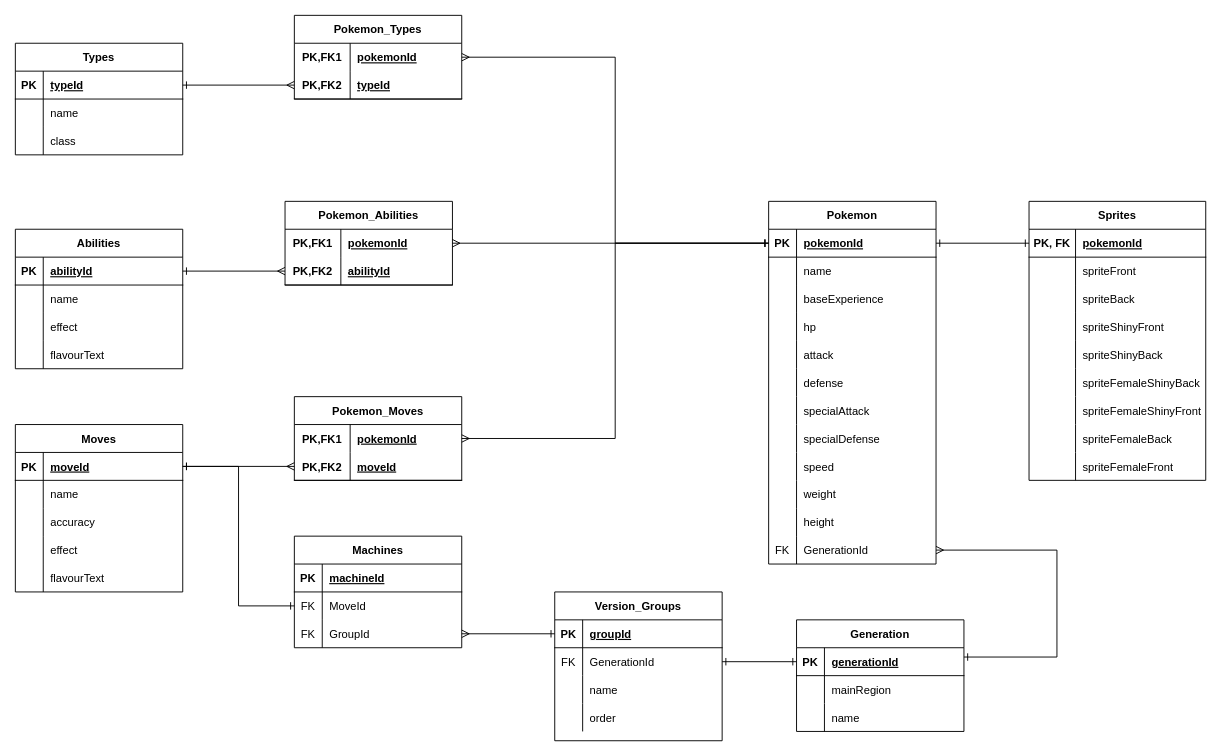
Earlier version of the draw.io diagram Docs/Pokemon_on_rails.drawio (Cohectum/Pokemon_on_Rails). Source tidied: cells renumbered, new cells numbered last; positions are measured from the earlier drawing's top-left corner, leaving out a move shared by most shapes. Both pictures are drawn from the tidied source at 93%, with x=0, y=0 at pixel (15, 15).
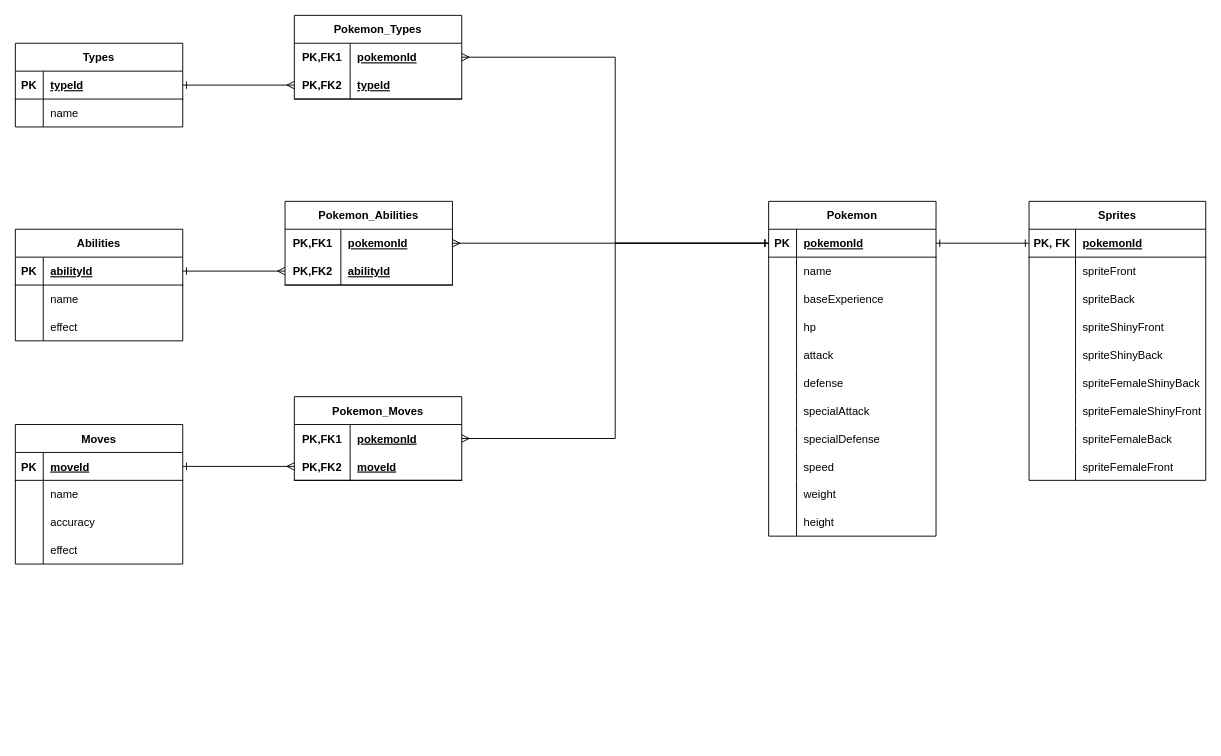
The same page after the edit.

Commit message (it also covers changes not shown here):
Edited ERD and pokemon views

The change refers to these unchanged cells:
```xml
<mxCell id="63" style="shape=tableRow;horizontal=0;startSize=0;swimlaneHead=0;swimlaneBody=0;fillColor=none;points=[[0,0.5],[1,0.5]];portConstraint=eastwest;top=0;left=0;right=0;bottom=1;" parent="62" vertex="1">
  <mxGeometry y="30" width="180" height="30" as="geometry" />
</mxCell>
```

Diff of the diagram source:
```diff
@@
     <mxCell id="2" value="Pokemon" style="shape=table;startSize=30;childLayout=tableLayout;rowLines=0;fontStyle=1;align=center;" parent="1" vertex="1">
-      <mxGeometry x="810" y="200" width="180" height="390" as="geometry" />
+      <mxGeometry x="810" y="200" width="180" height="360" as="geometry" />
     </mxCell>
@@
-    <mxCell id="36" style="shape=tableRow;horizontal=0;startSize=0;swimlaneHead=0;swimlaneBody=0;fillColor=none;points=[[0,0.5],[1,0.5]];portConstraint=eastwest;top=0;left=0;right=0;bottom=0;" parent="2" vertex="1">
-      <mxGeometry y="360" width="180" height="30" as="geometry" />
-    </mxCell>
-    <mxCell id="37" value="FK" style="shape=partialRectangle;fillColor=none;top=0;left=0;bottom=0;right=0;overflow=hidden;" parent="36" vertex="1">
-      <mxGeometry width="30" height="30" as="geometry" />
-    </mxCell>
-    <mxCell id="38" value="GenerationId" style="shape=partialRectangle;fillColor=none;top=0;left=0;bottom=0;right=0;align=left;spacingLeft=6;overflow=hidden;" parent="36" vertex="1">
-      <mxGeometry x="30" width="150" height="30" as="geometry" />
-    </mxCell>
     <mxCell id="39" value="Types" style="shape=table;startSize=30;childLayout=tableLayout;rowLines=0;fontStyle=1;align=center;" parent="1" vertex="1">
-      <mxGeometry y="30" width="180" height="120" as="geometry" />
+      <mxGeometry y="30" width="180" height="90" as="geometry" />
     </mxCell>
@@
-    <mxCell id="46" style="shape=tableRow;horizontal=0;startSize=0;swimlaneHead=0;swimlaneBody=0;fillColor=none;top=0;left=0;right=0;bottom=0;" parent="39" vertex="1">
-      <mxGeometry y="90" width="180" height="30" as="geometry" />
-    </mxCell>
-    <mxCell id="47" style="shape=partialRectangle;fillColor=none;top=0;left=0;bottom=0;right=0;overflow=hidden;" parent="46" vertex="1">
-      <mxGeometry width="30" height="30" as="geometry" />
-    </mxCell>
-    <mxCell id="48" value="class" style="shape=partialRectangle;fillColor=none;top=0;left=0;bottom=0;right=0;align=left;spacingLeft=6;overflow=hidden;" parent="46" vertex="1">
-      <mxGeometry x="30" width="150" height="30" as="geometry" />
-    </mxCell>
     <mxCell id="49" value="Abilities" style="shape=table;startSize=30;childLayout=tableLayout;rowLines=0;fontStyle=1;align=center;" parent="1" vertex="1">
-      <mxGeometry y="230" width="180" height="150" as="geometry" />
+      <mxGeometry y="230" width="180" height="120" as="geometry" />
     </mxCell>
@@
-    <mxCell id="59" style="shape=tableRow;horizontal=0;startSize=0;swimlaneHead=0;swimlaneBody=0;fillColor=none;top=0;left=0;right=0;bottom=0;" parent="49" vertex="1">
-      <mxGeometry y="120" width="180" height="30" as="geometry" />
-    </mxCell>
-    <mxCell id="60" style="shape=partialRectangle;fillColor=none;top=0;left=0;bottom=0;right=0;overflow=hidden;" parent="59" vertex="1">
-      <mxGeometry width="30" height="30" as="geometry" />
-    </mxCell>
-    <mxCell id="61" value="flavourText" style="shape=partialRectangle;fillColor=none;top=0;left=0;bottom=0;right=0;align=left;spacingLeft=6;overflow=hidden;" parent="59" vertex="1">
-      <mxGeometry x="30" width="150" height="30" as="geometry" />
-    </mxCell>
     <mxCell id="62" value="Moves" style="shape=table;startSize=30;childLayout=tableLayout;rowLines=0;fontStyle=1;align=center;" parent="1" vertex="1">
-      <mxGeometry y="440" width="180" height="180" as="geometry" />
+      <mxGeometry y="440" width="180" height="150" as="geometry" />
     </mxCell>
@@
-    <mxCell id="75" style="shape=tableRow;horizontal=0;startSize=0;swimlaneHead=0;swimlaneBody=0;fillColor=none;top=0;left=0;right=0;bottom=0;" parent="62" vertex="1">
-      <mxGeometry y="150" width="180" height="30" as="geometry" />
-    </mxCell>
-    <mxCell id="76" style="shape=partialRectangle;fillColor=none;top=0;left=0;bottom=0;right=0;overflow=hidden;" parent="75" vertex="1">
-      <mxGeometry width="30" height="30" as="geometry" />
-    </mxCell>
-    <mxCell id="77" value="flavourText" style="shape=partialRectangle;fillColor=none;top=0;left=0;bottom=0;right=0;align=left;spacingLeft=6;overflow=hidden;" parent="75" vertex="1">
-      <mxGeometry x="30" width="150" height="30" as="geometry" />
-    </mxCell>
@@
-    <mxCell id="105" value="Machines" style="shape=table;startSize=30;childLayout=tableLayout;rowLines=0;fontStyle=1;align=center;" parent="1" vertex="1">
-      <mxGeometry x="300" y="560" width="180" height="120" as="geometry" />
-    </mxCell>
-    <mxCell id="106" style="shape=tableRow;horizontal=0;startSize=0;swimlaneHead=0;swimlaneBody=0;fillColor=none;top=0;left=0;right=0;bottom=1;" parent="105" vertex="1">
-      <mxGeometry y="30" width="180" height="30" as="geometry" />
-    </mxCell>
-    <mxCell id="107" value="PK" style="shape=partialRectangle;fillColor=none;top=0;left=0;bottom=0;right=0;fontStyle=1;overflow=hidden;" parent="106" vertex="1">
-      <mxGeometry width="30" height="30" as="geometry" />
-    </mxCell>
-    <mxCell id="108" value="machineId" style="shape=partialRectangle;fillColor=none;top=0;left=0;bottom=0;right=0;align=left;spacingLeft=6;fontStyle=5;overflow=hidden;" parent="106" vertex="1">
-      <mxGeometry x="30" width="150" height="30" as="geometry" />
-    </mxCell>
-    <mxCell id="109" style="shape=tableRow;horizontal=0;startSize=0;swimlaneHead=0;swimlaneBody=0;fillColor=none;points=[[0,0.5],[1,0.5]];portConstraint=eastwest;top=0;left=0;right=0;bottom=0;" parent="105" vertex="1">
-      <mxGeometry y="60" width="180" height="30" as="geometry" />
-    </mxCell>
-    <mxCell id="110" value="FK" style="shape=partialRectangle;fillColor=none;top=0;left=0;bottom=0;right=0;overflow=hidden;" parent="109" vertex="1">
-      <mxGeometry width="30" height="30" as="geometry" />
-    </mxCell>
-    <mxCell id="111" value="MoveId" style="shape=partialRectangle;fillColor=none;top=0;left=0;bottom=0;right=0;align=left;spacingLeft=6;overflow=hidden;" parent="109" vertex="1">
-      <mxGeometry x="30" width="150" height="30" as="geometry" />
-    </mxCell>
-    <mxCell id="112" style="shape=tableRow;horizontal=0;startSize=0;swimlaneHead=0;swimlaneBody=0;fillColor=none;points=[[0,0.5],[1,0.5]];portConstraint=eastwest;top=0;left=0;right=0;bottom=0;" parent="105" vertex="1">
-      <mxGeometry y="90" width="180" height="30" as="geometry" />
-    </mxCell>
-    <mxCell id="113" value="FK" style="shape=partialRectangle;fillColor=none;top=0;left=0;bottom=0;right=0;overflow=hidden;" parent="112" vertex="1">
-      <mxGeometry width="30" height="30" as="geometry" />
-    </mxCell>
-    <mxCell id="114" value="GroupId" style="shape=partialRectangle;fillColor=none;top=0;left=0;bottom=0;right=0;align=left;spacingLeft=6;overflow=hidden;" parent="112" vertex="1">
-      <mxGeometry x="30" width="150" height="30" as="geometry" />
-    </mxCell>
-    <mxCell id="115" style="edgeStyle=orthogonalEdgeStyle;rounded=0;jettySize=auto;html=1;exitX=1;exitY=0.5;exitDx=0;exitDy=0;startArrow=ERone;startFill=0;endArrow=ERone;endFill=0;" parent="1" edge="1" source="63" target="109">
-      <mxGeometry relative="1" as="geometry" />
-    </mxCell>
-    <mxCell id="116" value="Version_Groups" style="shape=table;startSize=30;childLayout=tableLayout;rowLines=0;fontStyle=1;align=center;" parent="1" vertex="1">
-      <mxGeometry x="580" y="620" width="180" height="160" as="geometry" />
-    </mxCell>
-    <mxCell id="117" style="shape=tableRow;horizontal=0;startSize=0;swimlaneHead=0;swimlaneBody=0;fillColor=none;points=[[0,0.5],[1,0.5]];portConstraint=eastwest;top=0;left=0;right=0;bottom=1;" parent="116" vertex="1">
-      <mxGeometry y="30" width="180" height="30" as="geometry" />
-    </mxCell>
-    <mxCell id="118" value="PK" style="shape=partialRectangle;fillColor=none;top=0;left=0;bottom=0;right=0;fontStyle=1;overflow=hidden;" parent="117" vertex="1">
-      <mxGeometry width="30" height="30" as="geometry" />
-    </mxCell>
-    <mxCell id="119" value="groupId" style="shape=partialRectangle;fillColor=none;top=0;left=0;bottom=0;right=0;align=left;spacingLeft=6;fontStyle=5;overflow=hidden;" parent="117" vertex="1">
-      <mxGeometry x="30" width="150" height="30" as="geometry" />
-    </mxCell>
-    <mxCell id="120" style="shape=tableRow;horizontal=0;startSize=0;swimlaneHead=0;swimlaneBody=0;fillColor=none;points=[[0,0.5],[1,0.5]];portConstraint=eastwest;top=0;left=0;right=0;bottom=0;" parent="116" vertex="1">
-      <mxGeometry y="60" width="180" height="30" as="geometry" />
-    </mxCell>
-    <mxCell id="121" value="FK" style="shape=partialRectangle;fillColor=none;top=0;left=0;bottom=0;right=0;overflow=hidden;" parent="120" vertex="1">
-      <mxGeometry width="30" height="30" as="geometry" />
-    </mxCell>
-    <mxCell id="122" value="GenerationId" style="shape=partialRectangle;fillColor=none;top=0;left=0;bottom=0;right=0;align=left;spacingLeft=6;overflow=hidden;" parent="120" vertex="1">
-      <mxGeometry x="30" width="150" height="30" as="geometry" />
-    </mxCell>
-    <mxCell id="123" style="shape=tableRow;horizontal=0;startSize=0;swimlaneHead=0;swimlaneBody=0;fillColor=none;top=0;left=0;right=0;bottom=0;" parent="116" vertex="1">
-      <mxGeometry y="90" width="180" height="30" as="geometry" />
-    </mxCell>
-    <mxCell id="124" style="shape=partialRectangle;fillColor=none;top=0;left=0;bottom=0;right=0;overflow=hidden;" parent="123" vertex="1">
-      <mxGeometry width="30" height="30" as="geometry" />
-    </mxCell>
-    <mxCell id="125" value="name" style="shape=partialRectangle;fillColor=none;top=0;left=0;bottom=0;right=0;align=left;spacingLeft=6;overflow=hidden;" parent="123" vertex="1">
-      <mxGeometry x="30" width="150" height="30" as="geometry" />
-    </mxCell>
-    <mxCell id="126" style="shape=tableRow;horizontal=0;startSize=0;swimlaneHead=0;swimlaneBody=0;fillColor=none;top=0;left=0;right=0;bottom=0;" parent="116" vertex="1">
-      <mxGeometry y="120" width="180" height="30" as="geometry" />
-    </mxCell>
-    <mxCell id="127" style="shape=partialRectangle;fillColor=none;top=0;left=0;bottom=0;right=0;overflow=hidden;" parent="126" vertex="1">
-      <mxGeometry width="30" height="30" as="geometry" />
-    </mxCell>
-    <mxCell id="128" value="order" style="shape=partialRectangle;fillColor=none;top=0;left=0;bottom=0;right=0;align=left;spacingLeft=6;overflow=hidden;" parent="126" vertex="1">
-      <mxGeometry x="30" width="150" height="30" as="geometry" />
-    </mxCell>
-    <mxCell id="129" style="edgeStyle=orthogonalEdgeStyle;rounded=0;jettySize=auto;html=1;exitX=1;exitY=0.5;exitDx=0;exitDy=0;startArrow=ERmany;startFill=0;endArrow=ERone;endFill=0;" parent="1" edge="1" source="112" target="117">
-      <mxGeometry relative="1" as="geometry" />
-    </mxCell>
@@
-    <mxCell id="159" value="Generation" style="shape=table;startSize=30;childLayout=tableLayout;rowLines=0;fontStyle=1;align=center;" parent="1" vertex="1">
-      <mxGeometry x="840" y="650" width="180" height="120" as="geometry" />
-    </mxCell>
-    <mxCell id="160" style="shape=tableRow;horizontal=0;startSize=0;swimlaneHead=0;swimlaneBody=0;fillColor=none;points=[[0,0.5],[1,0.5]];portConstraint=eastwest;top=0;left=0;right=0;bottom=1;" parent="159" vertex="1">
-      <mxGeometry y="30" width="180" height="30" as="geometry" />
-    </mxCell>
-    <mxCell id="161" value="PK" style="shape=partialRectangle;fillColor=none;top=0;left=0;bottom=0;right=0;fontStyle=1;overflow=hidden;" parent="160" vertex="1">
-      <mxGeometry width="30" height="30" as="geometry" />
-    </mxCell>
-    <mxCell id="162" value="generationId" style="shape=partialRectangle;fillColor=none;top=0;left=0;bottom=0;right=0;align=left;spacingLeft=6;fontStyle=5;overflow=hidden;" parent="160" vertex="1">
-      <mxGeometry x="30" width="150" height="30" as="geometry" />
-    </mxCell>
-    <mxCell id="163" style="shape=tableRow;horizontal=0;startSize=0;swimlaneHead=0;swimlaneBody=0;fillColor=none;top=0;left=0;right=0;bottom=0;" parent="159" vertex="1">
-      <mxGeometry y="60" width="180" height="30" as="geometry" />
-    </mxCell>
-    <mxCell id="164" style="shape=partialRectangle;fillColor=none;top=0;left=0;bottom=0;right=0;overflow=hidden;" parent="163" vertex="1">
-      <mxGeometry width="30" height="30" as="geometry" />
-    </mxCell>
-    <mxCell id="165" value="mainRegion" style="shape=partialRectangle;fillColor=none;top=0;left=0;bottom=0;right=0;align=left;spacingLeft=6;overflow=hidden;" parent="163" vertex="1">
-      <mxGeometry x="30" width="150" height="30" as="geometry" />
-    </mxCell>
-    <mxCell id="166" style="shape=tableRow;horizontal=0;startSize=0;swimlaneHead=0;swimlaneBody=0;fillColor=none;top=0;left=0;right=0;bottom=0;" parent="159" vertex="1">
-      <mxGeometry y="90" width="180" height="30" as="geometry" />
-    </mxCell>
-    <mxCell id="167" style="shape=partialRectangle;fillColor=none;top=0;left=0;bottom=0;right=0;overflow=hidden;" parent="166" vertex="1">
-      <mxGeometry width="30" height="30" as="geometry" />
-    </mxCell>
-    <mxCell id="168" value="name" style="shape=partialRectangle;fillColor=none;top=0;left=0;bottom=0;right=0;align=left;spacingLeft=6;overflow=hidden;" parent="166" vertex="1">
-      <mxGeometry x="30" width="150" height="30" as="geometry" />
-    </mxCell>
-    <mxCell id="169" style="edgeStyle=orthogonalEdgeStyle;rounded=0;jettySize=auto;html=1;exitX=1;exitY=0.5;exitDx=0;exitDy=0;startArrow=ERone;startFill=0;endArrow=ERone;endFill=0;" parent="1" edge="1" source="120" target="160">
-      <mxGeometry relative="1" as="geometry" />
-    </mxCell>
-    <mxCell id="170" style="edgeStyle=orthogonalEdgeStyle;rounded=0;jettySize=auto;html=1;exitX=1;exitY=0.5;exitDx=0;exitDy=0;startArrow=ERmany;startFill=0;endArrow=ERone;endFill=0;" parent="1" edge="1" source="36" target="160">
-      <mxGeometry relative="1" as="geometry">
-        <Array as="points">
-          <mxPoint x="1120" y="575" />
-          <mxPoint x="1120" y="690" />
-        </Array>
-      </mxGeometry>
-    </mxCell>
```
